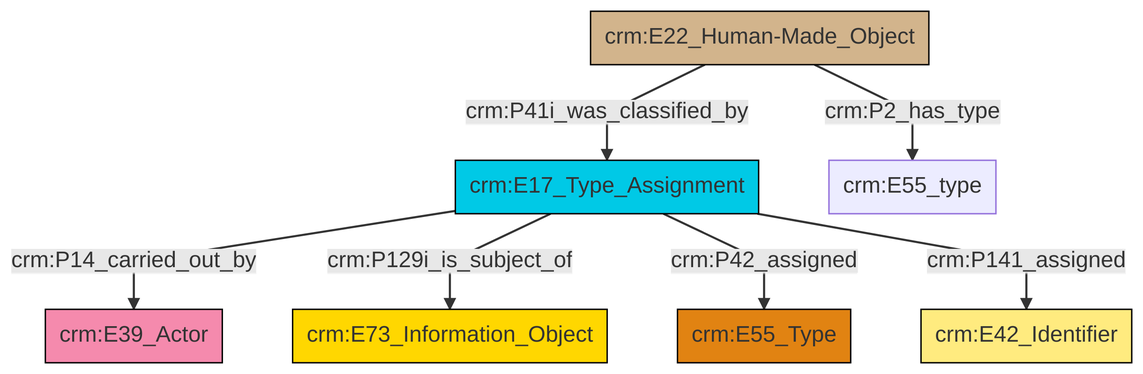
This is et/builtWorkCSV/ttl/mmd/png/Built_Work_designation_status.png from swiss-art-research-net/reference-data-models, a Mermaid export, as it was before one commit. Its source is kept beside it as et/builtWorkCSV/ttl/mmd/Built_Work_designation_status.ttl.mmd. The source it was exported from:
```mermaid
graph TD
classDef Literal fill:#f2f2f2,stroke:#000000;
classDef CRM_Entity fill:#FFFFFF,stroke:#000000;
classDef Temporal_Entity fill:#00C9E6, stroke:#000000;
classDef Type fill:#E18312, stroke:#000000;
classDef Time-Span fill:#2C9C91, stroke:#000000;
classDef Appellation fill:#FFEB7F, stroke:#000000;
classDef Place fill:#008836, stroke:#000000;
classDef Persistent_Item fill:#B266B2, stroke:#000000;
classDef Conceptual_Object fill:#FFD700, stroke:#000000;
classDef Physical_Thing fill:#D2B48C, stroke:#000000;
classDef Actor fill:#f58aad, stroke:#000000;
classDef PC_Classes fill:#4ce600, stroke:#000000;
classDef Multi fill:#cccccc,stroke:#000000;

0["crm:E17_Type_Assignment"]:::Temporal_Entity -->|crm:P14_carried_out_by| 1["crm:E39_Actor"]:::Actor
0["crm:E17_Type_Assignment"]:::Temporal_Entity -->|crm:P129i_is_subject_of| 2["crm:E73_Information_Object"]:::Conceptual_Object
0["crm:E17_Type_Assignment"]:::Temporal_Entity -->|crm:P42_assigned| 7["crm:E55_Type"]:::Type
8["crm:E22_Human-Made_Object"]:::Physical_Thing -->|crm:P41i_was_classified_by| 0["crm:E17_Type_Assignment"]:::Temporal_Entity
8["crm:E22_Human-Made_Object"]:::Physical_Thing -->|crm:P2_has_type| 3["crm:E55_type"]:::Default
0["crm:E17_Type_Assignment"]:::Temporal_Entity -->|crm:P141_assigned| 9["crm:E42_Identifier"]:::Appellation
```
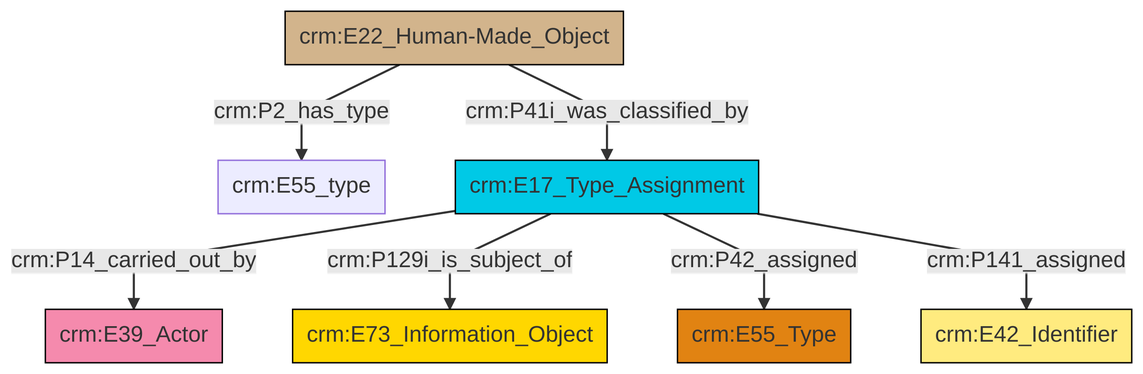
The same file after the commit.

What changed in the source:
```diff
@@ -13,9 +13,9 @@
 classDef PC_Classes fill:#4ce600, stroke:#000000;
 classDef Multi fill:#cccccc,stroke:#000000;
 
-0["crm:E17_Type_Assignment"]:::Temporal_Entity -->|crm:P14_carried_out_by| 1["crm:E39_Actor"]:::Actor
-0["crm:E17_Type_Assignment"]:::Temporal_Entity -->|crm:P129i_is_subject_of| 2["crm:E73_Information_Object"]:::Conceptual_Object
-0["crm:E17_Type_Assignment"]:::Temporal_Entity -->|crm:P42_assigned| 7["crm:E55_Type"]:::Type
-8["crm:E22_Human-Made_Object"]:::Physical_Thing -->|crm:P41i_was_classified_by| 0["crm:E17_Type_Assignment"]:::Temporal_Entity
-8["crm:E22_Human-Made_Object"]:::Physical_Thing -->|crm:P2_has_type| 3["crm:E55_type"]:::Default
-0["crm:E17_Type_Assignment"]:::Temporal_Entity -->|crm:P141_assigned| 9["crm:E42_Identifier"]:::Appellation
+2["crm:E22_Human-Made_Object"]:::Physical_Thing -->|crm:P2_has_type| 3["crm:E55_type"]:::Default
+5["crm:E17_Type_Assignment"]:::Temporal_Entity -->|crm:P14_carried_out_by| 6["crm:E39_Actor"]:::Actor
+5["crm:E17_Type_Assignment"]:::Temporal_Entity -->|crm:P129i_is_subject_of| 7["crm:E73_Information_Object"]:::Conceptual_Object
+2["crm:E22_Human-Made_Object"]:::Physical_Thing -->|crm:P41i_was_classified_by| 5["crm:E17_Type_Assignment"]:::Temporal_Entity
+5["crm:E17_Type_Assignment"]:::Temporal_Entity -->|crm:P42_assigned| 0["crm:E55_Type"]:::Type
+5["crm:E17_Type_Assignment"]:::Temporal_Entity -->|crm:P141_assigned| 8["crm:E42_Identifier"]:::Appellation
```
